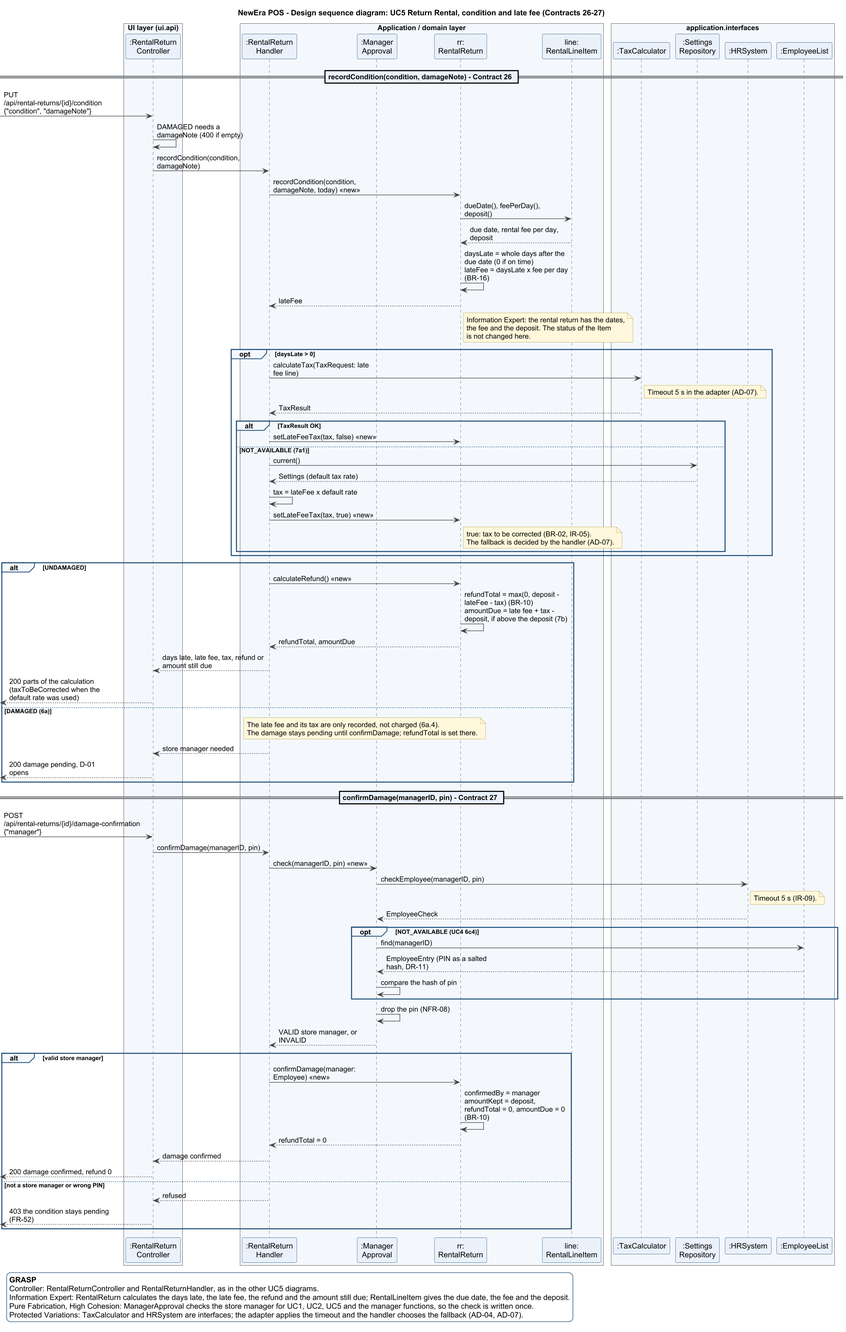
Earlier version of the PlantUML export assets/dsd_uc5_record_condition.png (bhsei/26D).
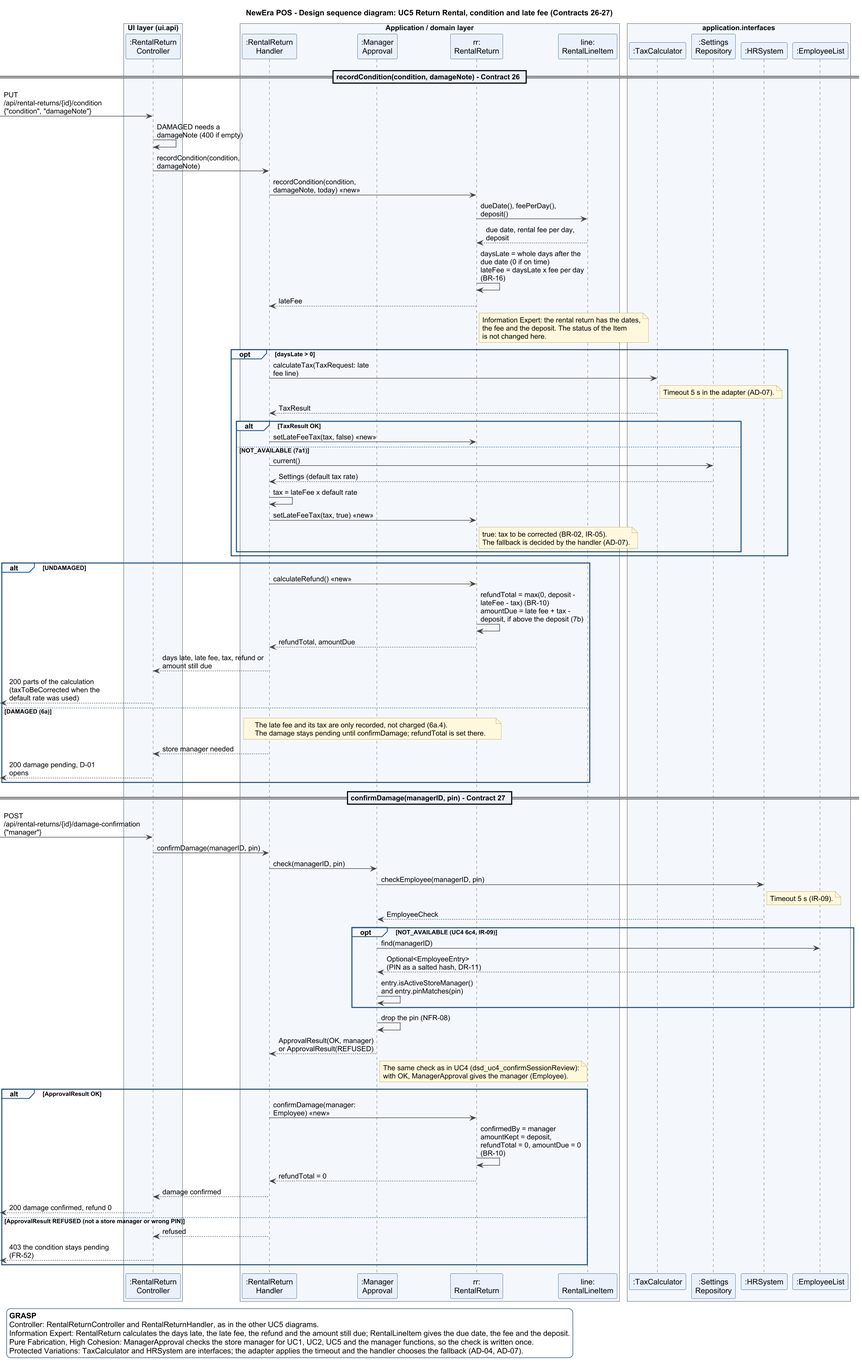
Above is the later version.

Commit message:
W11 - UC5 design sequence diagram, condition and late fee (image); rendered from the PlantUML source

What changed in the source:
```diff
@@ -89,26 +89,30 @@
 == confirmDamage(managerID, pin) - Contract 27 ==
 [-> Ctl : POST /api/rental-returns/{id}/damage-confirmation\n{"manager"}
 Ctl -> H : confirmDamage(managerID, pin)
-H -> MA : check(managerID, pin) <<new>>
+H -> MA : check(managerID, pin)
 MA -> HR : checkEmployee(managerID, pin)
 note right of HR
   Timeout 5 s (IR-09).
 end note
 HR --> MA : EmployeeCheck
-opt NOT_AVAILABLE (UC4 6c4)
+opt NOT_AVAILABLE (UC4 6c4, IR-09)
   MA -> EL : find(managerID)
-  EL --> MA : EmployeeEntry (PIN as a salted hash, DR-11)
-  MA -> MA : compare the hash of pin
+  EL --> MA : Optional<EmployeeEntry>\n(PIN as a salted hash, DR-11)
+  MA -> MA : entry.isActiveStoreManager()\nand entry.pinMatches(pin)
 end
 MA -> MA : drop the pin (NFR-08)
-MA --> H : VALID store manager, or INVALID
-alt valid store manager
+MA --> H : ApprovalResult(OK, manager)\nor ApprovalResult(REFUSED)
+note right of MA
+  The same check as in UC4 (dsd_uc4_confirmSessionReview):
+  with OK, ManagerApproval gives the manager (Employee).
+end note
+alt ApprovalResult OK
   H -> RR : confirmDamage(manager: Employee) <<new>>
   RR -> RR : confirmedBy = manager\namountKept = deposit, refundTotal = 0, amountDue = 0 (BR-10)
   RR --> H : refundTotal = 0
   H --> Ctl : damage confirmed
   [<-- Ctl : 200 damage confirmed, refund 0
-else not a store manager or wrong PIN
+else ApprovalResult REFUSED (not a store manager or wrong PIN)
   H --> Ctl : refused
   [<-- Ctl : 403 the condition stays pending (FR-52)
 end
```
